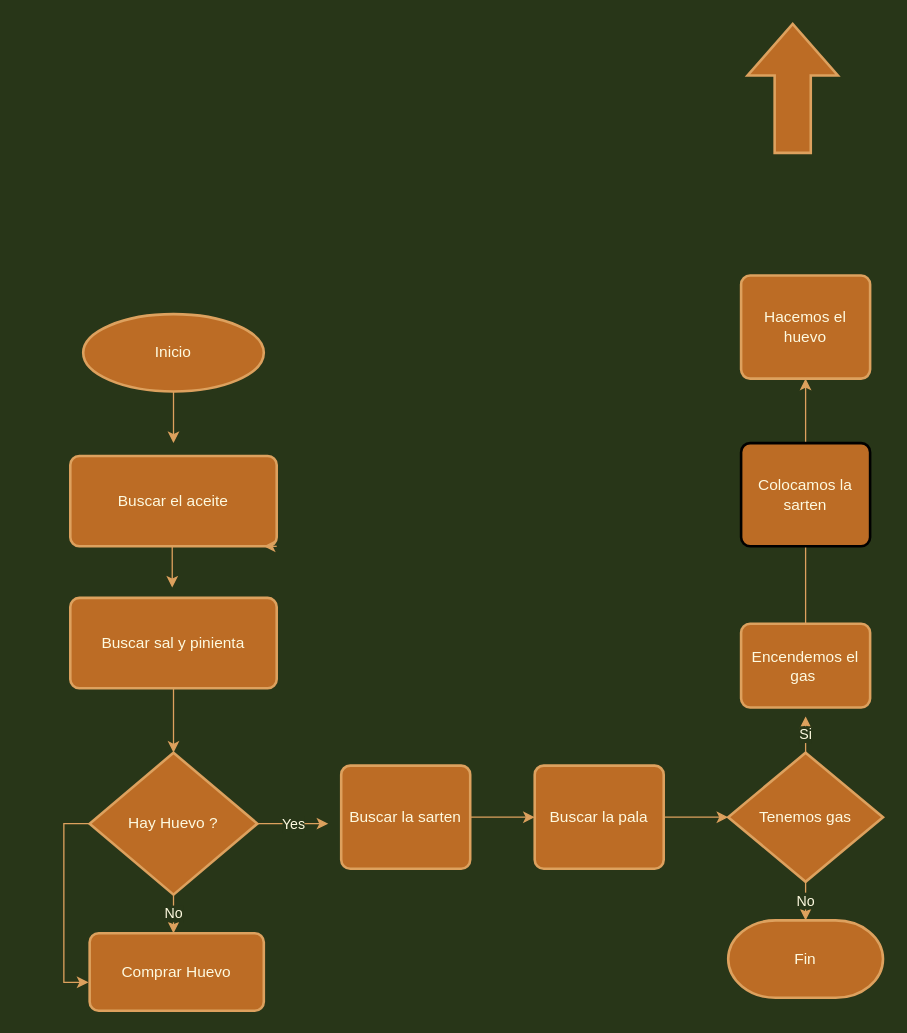
Above: Diagrama sin título.drawio in Dieg0t0/logica-g18 (draw.io), before the change. Source tidied: cells renumbered, new cells numbered last; positions are measured from the earlier drawing's top-left corner, leaving out a move shared by most shapes. Both pictures are drawn from the tidied source at 129%, with x=0, y=0 at pixel (70, 43).
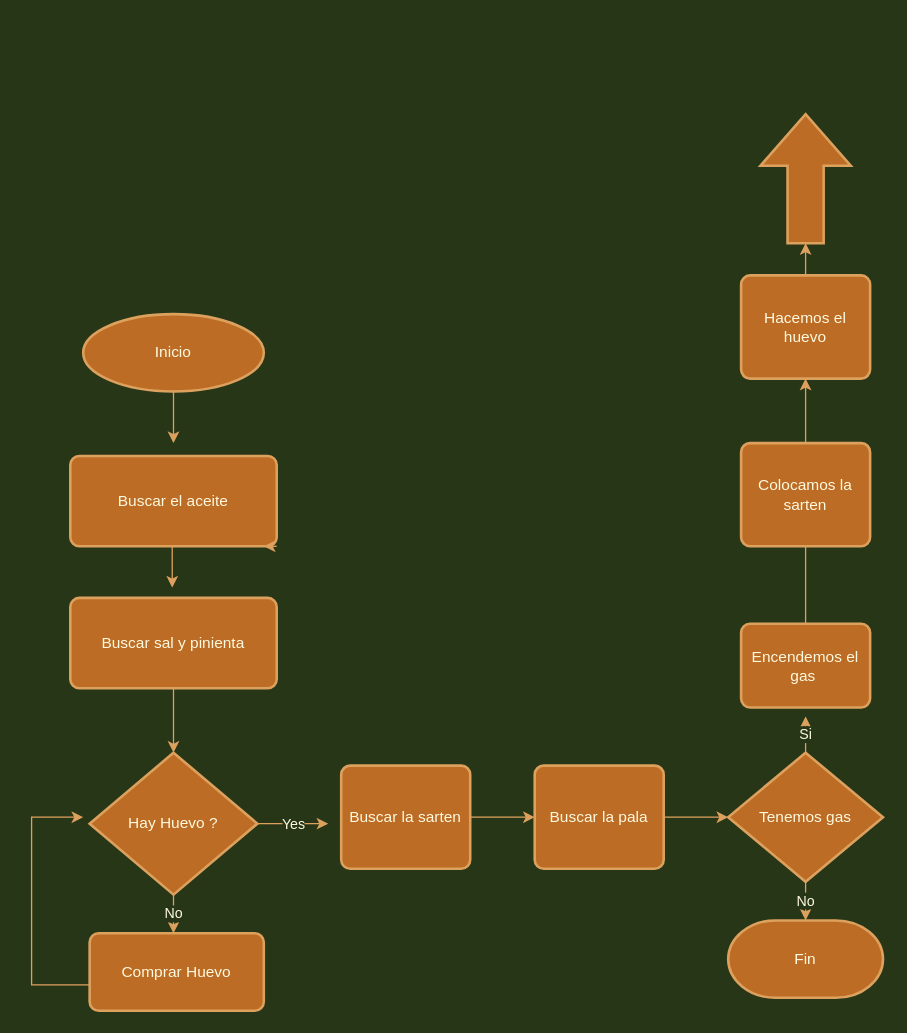
The same page after the edit.

Unchanged cells that the change refers to:
```xml
<mxCell id="12" value="Hay Huevo ?" style="strokeWidth=2;html=1;shape=mxgraph.flowchart.decision;whiteSpace=wrap;fillColor=#BC6C25;strokeColor=#DDA15E;fontColor=#FEFAE0;" parent="1" vertex="1">
  <mxGeometry x="15" y="550" width="130" height="110" as="geometry" />
</mxCell>
<mxCell id="13" value="Comprar Huevo" style="rounded=1;whiteSpace=wrap;html=1;absoluteArcSize=1;arcSize=14;strokeWidth=2;fillColor=#BC6C25;strokeColor=#DDA15E;fontColor=#FEFAE0;" parent="1" vertex="1">
  <mxGeometry x="15" y="690" width="135" height="60" as="geometry" />
</mxCell>
<mxCell id="22" value="Hacemos el huevo" style="rounded=1;whiteSpace=wrap;html=1;absoluteArcSize=1;arcSize=14;strokeWidth=2;fontColor=#FEFAE0;fillColor=#BC6C25;strokeColor=#DDA15E;" parent="1" vertex="1">
  <mxGeometry x="520" y="180" width="100" height="80" as="geometry" />
</mxCell>
```

The edit, as a diff of the source:
```diff
@@
-    <mxCell id="11" style="edgeStyle=orthogonalEdgeStyle;rounded=0;jettySize=auto;html=1;exitX=0;exitY=0.5;exitDx=0;exitDy=0;exitPerimeter=0;entryX=-0.007;entryY=0.633;entryDx=0;entryDy=0;entryPerimeter=0;strokeColor=#DDA15E;fontColor=#FEFAE0;labelBackgroundColor=#283618;" parent="1" edge="1" source="12" target="13">
-      <mxGeometry relative="1" as="geometry" />
+    <mxCell id="11" style="edgeStyle=orthogonalEdgeStyle;rounded=0;jettySize=auto;html=1;strokeColor=#DDA15E;fontColor=#FEFAE0;labelBackgroundColor=#283618;exitX=0;exitY=0.5;exitDx=0;exitDy=0;" parent="1" edge="1" source="13">
+      <mxGeometry relative="1" as="geometry">
+        <mxPoint x="10" y="600" as="targetPoint" />
+        <Array as="points">
+          <mxPoint x="15" y="730" />
+          <mxPoint x="-30" y="730" />
+          <mxPoint x="-30" y="600" />
+        </Array>
+      </mxGeometry>
     </mxCell>
@@
+    <mxCell id="27" style="edgeStyle=orthogonalEdgeStyle;rounded=0;jettySize=auto;html=1;exitX=0.5;exitY=0;exitDx=0;exitDy=0;entryX=0;entryY=0.5;entryDx=0;entryDy=0;entryPerimeter=0;labelBackgroundColor=#283618;strokeColor=#DDA15E;fontColor=#FEFAE0;" parent="1" edge="1" source="22" target="25">
+      <mxGeometry relative="1" as="geometry" />
+    </mxCell>
@@
     <mxCell id="25" style="verticalLabelPosition=bottom;verticalAlign=top;html=1;strokeWidth=2;shape=mxgraph.arrows2.arrow;dy=0.6;dx=40;notch=0;fontColor=#FEFAE0;fillColor=#BC6C25;rotation=-90;strokeColor=#DDA15E;" parent="1" vertex="1">
-      <mxGeometry x="510" width="100" height="70" as="geometry" />
+      <mxGeometry x="520" y="70" width="100" height="70" as="geometry" />
     </mxCell>
-    <mxCell id="26" value="Colocamos la sarten" style="rounded=1;whiteSpace=wrap;html=1;absoluteArcSize=1;arcSize=14;strokeWidth=2;fontColor=#FEFAE0;fillColor=#BC6C25;" parent="1" vertex="1">
+    <mxCell id="26" value="Colocamos la sarten" style="rounded=1;whiteSpace=wrap;html=1;absoluteArcSize=1;arcSize=14;strokeWidth=2;fontColor=#FEFAE0;fillColor=#BC6C25;strokeColor=#DDA15E;" parent="1" vertex="1">
       <mxGeometry x="520" y="310" width="100" height="80" as="geometry" />
     </mxCell>
```
